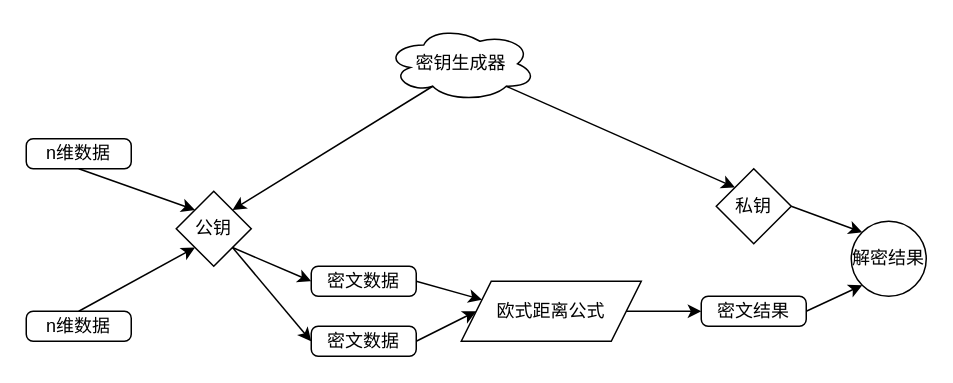
Earlier version of the draw.io diagram 未命名绘图.drawio (PeanutzZ-zZ/Peanut-House). Source tidied: cells renumbered, new cells numbered last; positions are measured from the earlier drawing's top-left corner, leaving out a move shared by most shapes. Both pictures are drawn from the tidied source at 150%, with x=0, y=0 at pixel (26, 26).
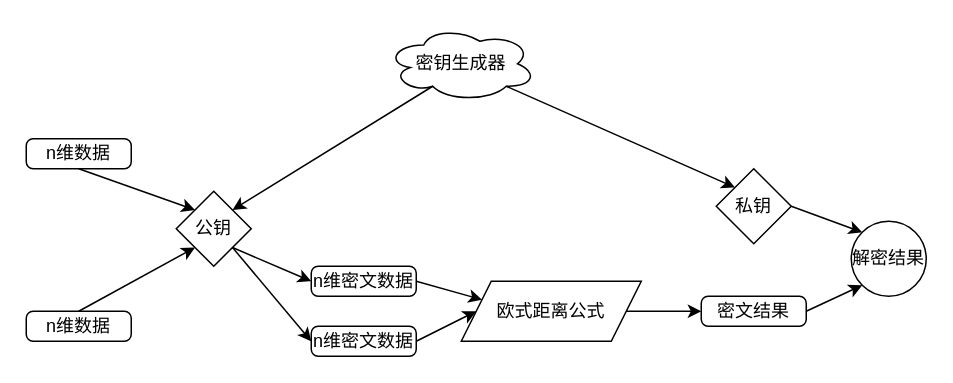
Above is the later version.

Commit message:
更新未命名绘图.drawio

Change to the diagram source:
```diff
@@
-    <mxCell id="15" value="密文数据" style="rounded=1;whiteSpace=wrap;html=1;arcSize=23;" parent="1" vertex="1">
+    <mxCell id="15" value="n维密文数据" style="rounded=1;whiteSpace=wrap;html=1;arcSize=23;" parent="1" vertex="1">
       <mxGeometry x="190" y="200" width="70" height="20" as="geometry" />
     </mxCell>
-    <mxCell id="16" value="密文数据" style="rounded=1;whiteSpace=wrap;html=1;arcSize=23;" parent="1" vertex="1">
+    <mxCell id="16" value="n维密文数据" style="rounded=1;whiteSpace=wrap;html=1;arcSize=23;" parent="1" vertex="1">
       <mxGeometry x="190" y="160" width="70" height="20" as="geometry" />
     </mxCell>
```
